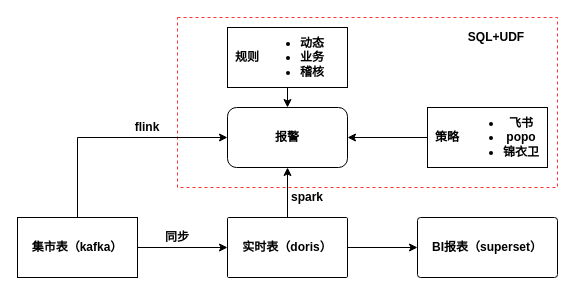
The draw.io diagram mt风控报警.drawio in mineminemine123/work-wiki, before the edit. Source tidied: cells renumbered, new cells numbered last; positions are measured from the earlier drawing's top-left corner, leaving out a move shared by most shapes. Both pictures are drawn from the tidied source at 100%, with x=0, y=0 at pixel (17, 17).
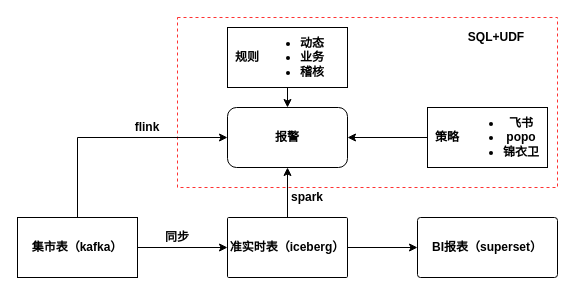
The same diagram, later.

Commit message (it also covers changes not shown here):
更新mt风控报警.drawio

What changed in the source:
```diff
@@
-    <mxCell id="10" value="实时表（doris）" style="rounded=1;whiteSpace=wrap;html=1;fontStyle=1;arcSize=2;" parent="1" vertex="1">
+    <mxCell id="10" value="准实时表（iceberg）" style="rounded=1;whiteSpace=wrap;html=1;fontStyle=1;arcSize=2;" parent="1" vertex="1">
       <mxGeometry x="210" y="200" width="120" height="60" as="geometry" />
     </mxCell>
```
